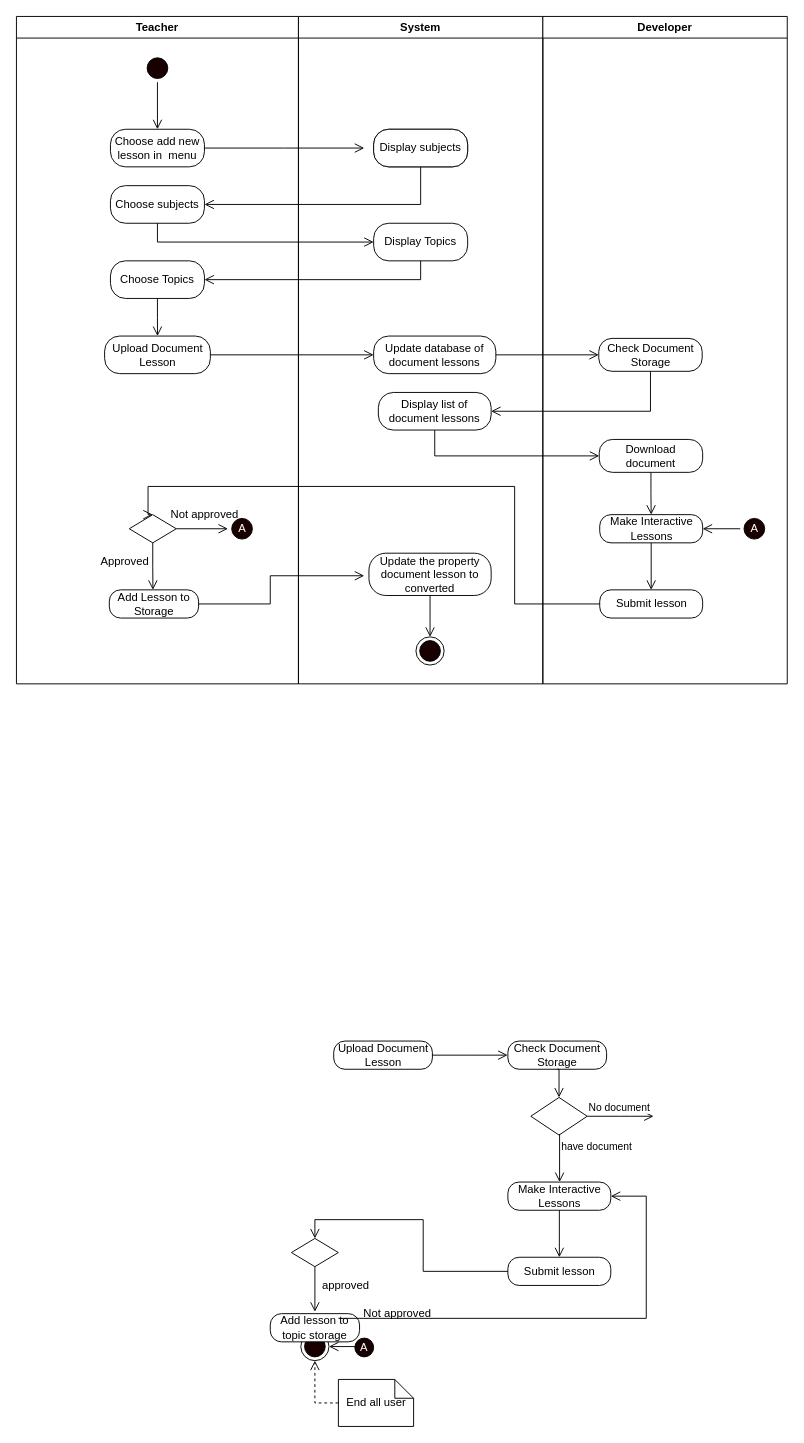
Earlier version of the draw.io diagram page "Add interactive lessons" (7 of 10) of REVISIONS 5-29-2021/UML-DIAGRAMS/5-29-2021 Diagrams.drawio (mrklglsn/CAPSTONE-FILES). Source tidied: cells renumbered, new cells numbered last; positions are measured from the earlier drawing's top-left corner, leaving out a move shared by most shapes. Both pictures are drawn from the tidied source at 94%, with x=0, y=0 at pixel (16, 16).
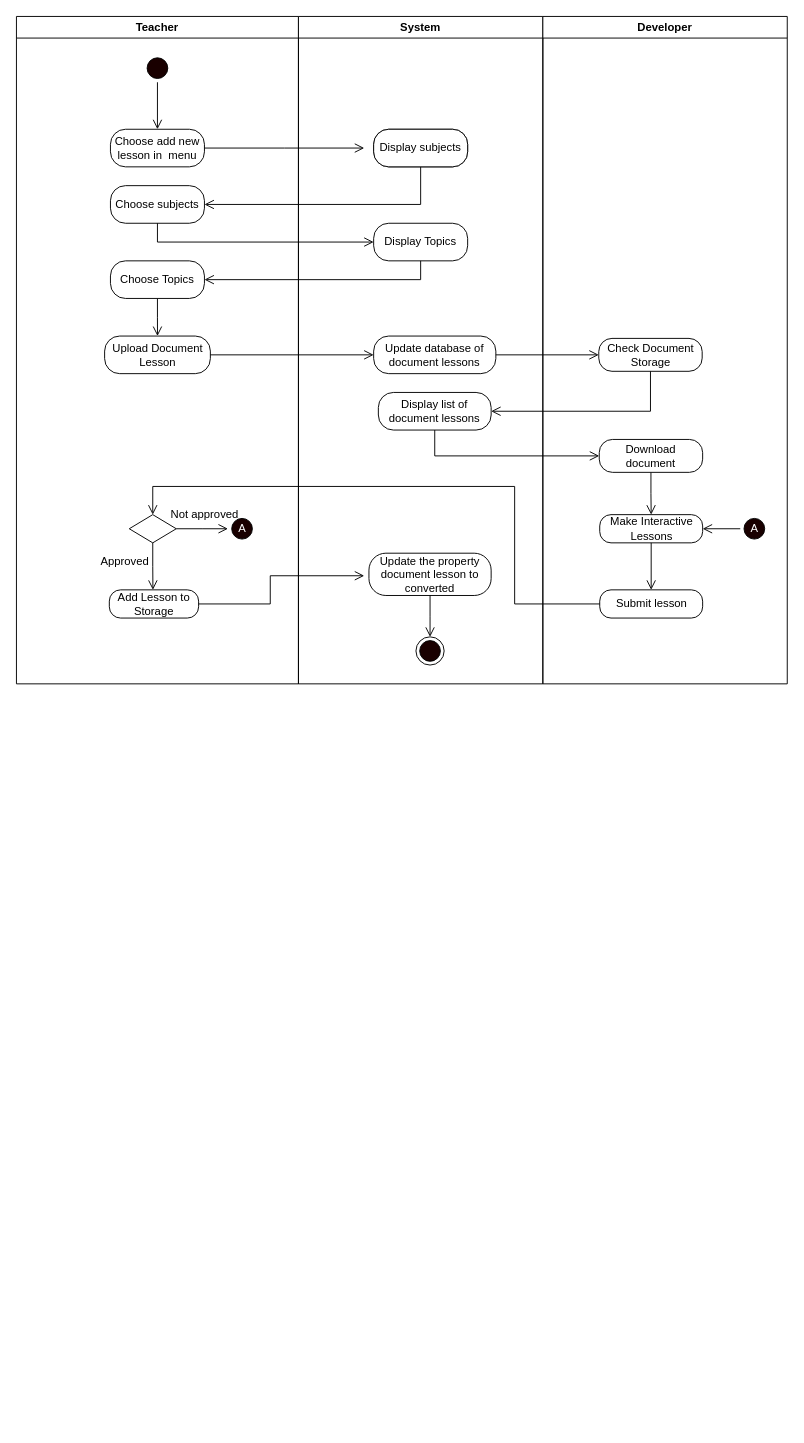
The same diagram, later.

Unchanged cells that the change refers to:
```xml
<mxCell id="10" style="rhombus;whiteSpace=wrap;html=1;" parent="2" vertex="1">
  <mxGeometry x="120" y="530" width="50" height="30" as="geometry" />
</mxCell>
<mxCell id="24" value="Submit lesson" style="rounded=1;whiteSpace=wrap;html=1;arcSize=40;" parent="21" vertex="1">
  <mxGeometry x="60.5" y="610" width="109.5" height="30" as="geometry" />
</mxCell>
```

Diff of the diagram source:
```diff
@@
-    <mxCell id="36" value="Upload Document Lesson" style="rounded=1;whiteSpace=wrap;html=1;arcSize=40;" parent="1" vertex="1">
-      <mxGeometry x="337.5" y="1090" width="105" height="30" as="geometry" />
-    </mxCell>
-    <mxCell id="37" style="ellipse;html=1;shape=endState;fillColor=#190000;" parent="1" vertex="1">
-      <mxGeometry x="302.5" y="1400" width="30" height="30" as="geometry" />
-    </mxCell>
-    <mxCell id="38" style="rhombus;whiteSpace=wrap;html=1;" parent="1" vertex="1">
-      <mxGeometry x="292.5" y="1300" width="50" height="30" as="geometry" />
-    </mxCell>
-    <mxCell id="39" value="Not approved" style="text;html=1;align=center;verticalAlign=middle;" parent="1" vertex="1">
-      <mxGeometry x="360" y="1370" width="90" height="20" as="geometry" />
-    </mxCell>
-    <mxCell id="40" value="approved" style="text;html=1;align=center;verticalAlign=middle;" parent="1" vertex="1">
-      <mxGeometry x="315" y="1340" width="70" height="20" as="geometry" />
-    </mxCell>
-    <mxCell id="41" style="edgeStyle=orthogonalEdgeStyle;rounded=0;jettySize=auto;html=1;exitX=0.5;exitY=1;exitDx=0;exitDy=0;entryX=0.5;entryY=0;entryDx=0;entryDy=0;endArrow=open;endFill=0;endSize=8;" parent="1" edge="1" source="42" target="37">
-      <mxGeometry relative="1" as="geometry" />
-    </mxCell>
-    <mxCell id="42" value="Add lesson to topic storage" style="rounded=1;whiteSpace=wrap;html=1;arcSize=40;" parent="1" vertex="1">
-      <mxGeometry x="270" y="1380" width="95" height="30" as="geometry" />
-    </mxCell>
-    <mxCell id="43" style="edgeStyle=orthogonalEdgeStyle;rounded=0;jettySize=auto;html=1;entryX=1;entryY=0.5;entryDx=0;entryDy=0;endArrow=open;endFill=0;endSize=8;" parent="1" edge="1" target="37">
-      <mxGeometry relative="1" as="geometry">
-        <mxPoint x="362.5" y="1415" as="sourcePoint" />
-      </mxGeometry>
-    </mxCell>
-    <mxCell id="44" style="edgeStyle=orthogonalEdgeStyle;rounded=0;jumpStyle=arc;jumpSize=11;jettySize=auto;html=1;exitX=0.5;exitY=1;exitDx=0;exitDy=0;endArrow=open;endFill=0;endSize=8;" parent="1" edge="1" source="38">
-      <mxGeometry relative="1" as="geometry">
-        <mxPoint x="317.5" y="1378" as="targetPoint" />
-        <Array as="points">
-          <mxPoint x="317.5" y="1370" />
-          <mxPoint x="317.5" y="1370" />
-        </Array>
-      </mxGeometry>
-    </mxCell>
-    <mxCell id="45" value="End all user" style="shape=note;size=20;whiteSpace=wrap;html=1;strokeWidth=1;" parent="1" vertex="1">
-      <mxGeometry x="342.5" y="1450" width="80" height="50" as="geometry" />
-    </mxCell>
-    <mxCell id="46" style="edgeStyle=orthogonalEdgeStyle;rounded=0;jumpStyle=arc;jumpSize=11;jettySize=auto;html=1;exitX=0;exitY=0.5;exitDx=0;exitDy=0;exitPerimeter=0;endArrow=open;endFill=0;endSize=8;dashed=1;entryX=0.5;entryY=1;entryDx=0;entryDy=0;" parent="1" edge="1" source="45" target="37">
-      <mxGeometry relative="1" as="geometry">
-        <Array as="points">
-          <mxPoint x="317.5" y="1475" />
-        </Array>
-      </mxGeometry>
-    </mxCell>
-    <mxCell id="47" value="Check Document Storage" style="rounded=1;whiteSpace=wrap;html=1;arcSize=40;" parent="1" vertex="1">
-      <mxGeometry x="522.8" y="1090" width="105" height="30" as="geometry" />
-    </mxCell>
-    <mxCell id="48" style="rhombus;whiteSpace=wrap;html=1;" parent="1" vertex="1">
-      <mxGeometry x="547.2" y="1150" width="60" height="40" as="geometry" />
-    </mxCell>
-    <mxCell id="49" style="edgeStyle=orthogonalEdgeStyle;rounded=0;jettySize=auto;html=1;exitX=0.5;exitY=1;exitDx=0;exitDy=0;entryX=0.5;entryY=0;entryDx=0;entryDy=0;endArrow=open;endFill=0;endSize=8;" parent="1" edge="1" source="47" target="48">
-      <mxGeometry relative="1" as="geometry" />
-    </mxCell>
-    <mxCell id="50" value="No document" style="edgeStyle=orthogonalEdgeStyle;html=1;align=left;verticalAlign=bottom;endArrow=open;endSize=8;" parent="1" edge="1" source="48">
-      <mxGeometry x="-1" relative="1" as="geometry">
-        <mxPoint x="677.8" y="1170" as="targetPoint" />
-      </mxGeometry>
-    </mxCell>
-    <mxCell id="51" value="have document" style="edgeStyle=orthogonalEdgeStyle;html=1;align=left;verticalAlign=top;endArrow=open;endSize=8;rounded=0;" parent="1" edge="1">
-      <mxGeometry x="-1" relative="1" as="geometry">
-        <mxPoint x="577.8" y="1189" as="sourcePoint" />
-        <mxPoint x="577.8" y="1240" as="targetPoint" />
-        <Array as="points">
-          <mxPoint x="577.8" y="1240" />
-        </Array>
-      </mxGeometry>
-    </mxCell>
-    <mxCell id="52" value="Make Interactive Lessons" style="rounded=1;whiteSpace=wrap;html=1;arcSize=40;" parent="1" vertex="1">
-      <mxGeometry x="522.8" y="1240" width="109.5" height="30" as="geometry" />
-    </mxCell>
-    <mxCell id="53" value="Submit lesson" style="rounded=1;whiteSpace=wrap;html=1;arcSize=40;" parent="1" vertex="1">
-      <mxGeometry x="522.8" y="1320" width="109.5" height="30" as="geometry" />
-    </mxCell>
-    <mxCell id="54" style="edgeStyle=orthogonalEdgeStyle;rounded=0;jumpStyle=arc;jumpSize=11;jettySize=auto;html=1;exitX=0.5;exitY=1;exitDx=0;exitDy=0;entryX=0.5;entryY=0;entryDx=0;entryDy=0;endArrow=open;endFill=0;endSize=8;" parent="1" edge="1" source="52" target="53">
-      <mxGeometry relative="1" as="geometry" />
-    </mxCell>
-    <mxCell id="55" style="edgeStyle=orthogonalEdgeStyle;rounded=0;jettySize=auto;html=1;exitX=0;exitY=0.5;exitDx=0;exitDy=0;endArrow=open;endFill=0;endSize=8;entryX=0.5;entryY=0;entryDx=0;entryDy=0;jumpStyle=arc;jumpSize=11;" parent="1" edge="1" source="53" target="38">
-      <mxGeometry relative="1" as="geometry" />
-    </mxCell>
-    <mxCell id="56" style="edgeStyle=orthogonalEdgeStyle;rounded=0;jettySize=auto;html=1;exitX=1;exitY=0.5;exitDx=0;exitDy=0;endArrow=open;endFill=0;endSize=8;" parent="1" edge="1" source="36">
-      <mxGeometry relative="1" as="geometry">
-        <mxPoint x="522.5" y="1105" as="targetPoint" />
-      </mxGeometry>
-    </mxCell>
-    <mxCell id="57" style="edgeStyle=orthogonalEdgeStyle;rounded=0;jumpStyle=arc;jumpSize=11;jettySize=auto;html=1;exitX=1;exitY=0.5;exitDx=0;exitDy=0;endArrow=open;endFill=0;endSize=8;entryX=1;entryY=0.5;entryDx=0;entryDy=0;" parent="1" edge="1" target="52">
-      <mxGeometry relative="1" as="geometry">
-        <mxPoint x="342.5" y="1385" as="sourcePoint" />
-        <Array as="points">
-          <mxPoint x="670" y="1385" />
-          <mxPoint x="670" y="1255" />
-        </Array>
-      </mxGeometry>
-    </mxCell>
-    <mxCell id="58" style="verticalLabelPosition=bottom;verticalAlign=top;html=1;shape=mxgraph.flowchart.on-page_reference;strokeWidth=1;fillColor=#190000;" parent="1" vertex="1">
-      <mxGeometry x="360" y="1406" width="20" height="20" as="geometry" />
-    </mxCell>
-    <mxCell id="59" value="A" style="text;html=1;align=center;verticalAlign=middle;whiteSpace=wrap;rounded=0;fontColor=#FFFFFF;" parent="1" vertex="1">
-      <mxGeometry x="350" y="1406" width="40" height="20" as="geometry" />
-    </mxCell>
@@
     <mxCell id="63" style="edgeStyle=orthogonalEdgeStyle;rounded=0;jettySize=auto;html=1;exitX=0;exitY=0.5;exitDx=0;exitDy=0;endArrow=open;endFill=0;endSize=8;entryX=0.5;entryY=0;entryDx=0;entryDy=0;" parent="1" edge="1" source="24" target="10">
       <mxGeometry relative="1" as="geometry">
         <Array as="points">
           <mxPoint x="530" y="625" />
           <mxPoint x="530" y="500" />
-          <mxPoint x="140" y="500" />
-          <mxPoint x="140" y="530" />
+          <mxPoint x="145" y="500" />
         </Array>
       </mxGeometry>
     </mxCell>
```
